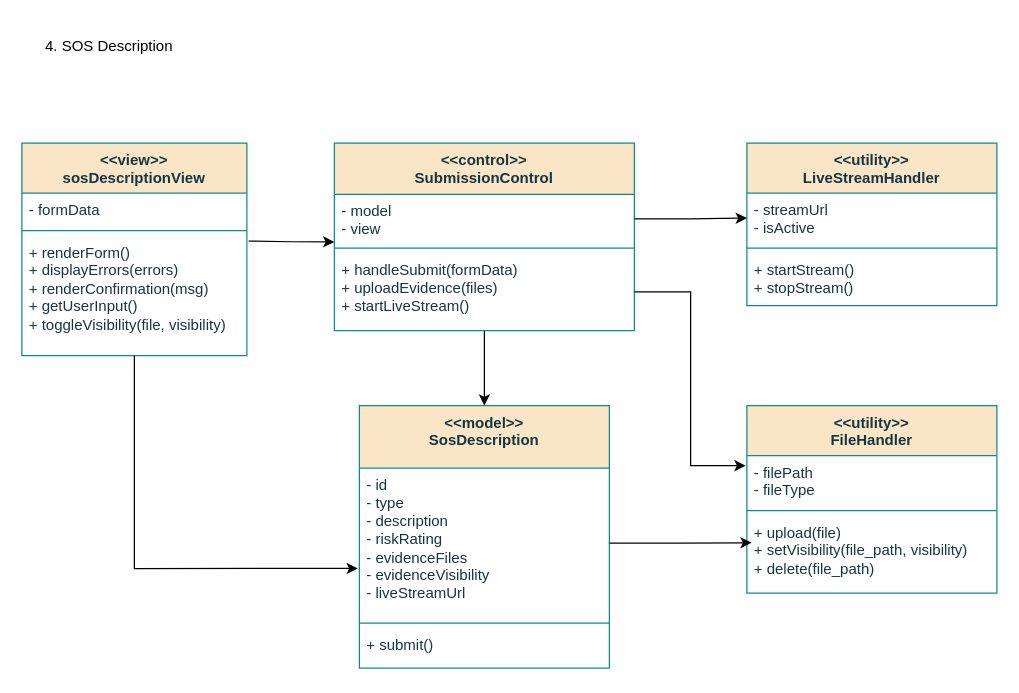
This is page "4. Sos Description" (4 of 5) of Untitled Diagram.drawio from TH-014/CSE_326, a draw.io file, before an edit. Source tidied: cells renumbered, new cells numbered last; positions are measured from the earlier drawing's top-left corner, leaving out a move shared by most shapes. Both pictures are drawn from the tidied source at 125%, with x=0, y=0 at pixel (21, 21).
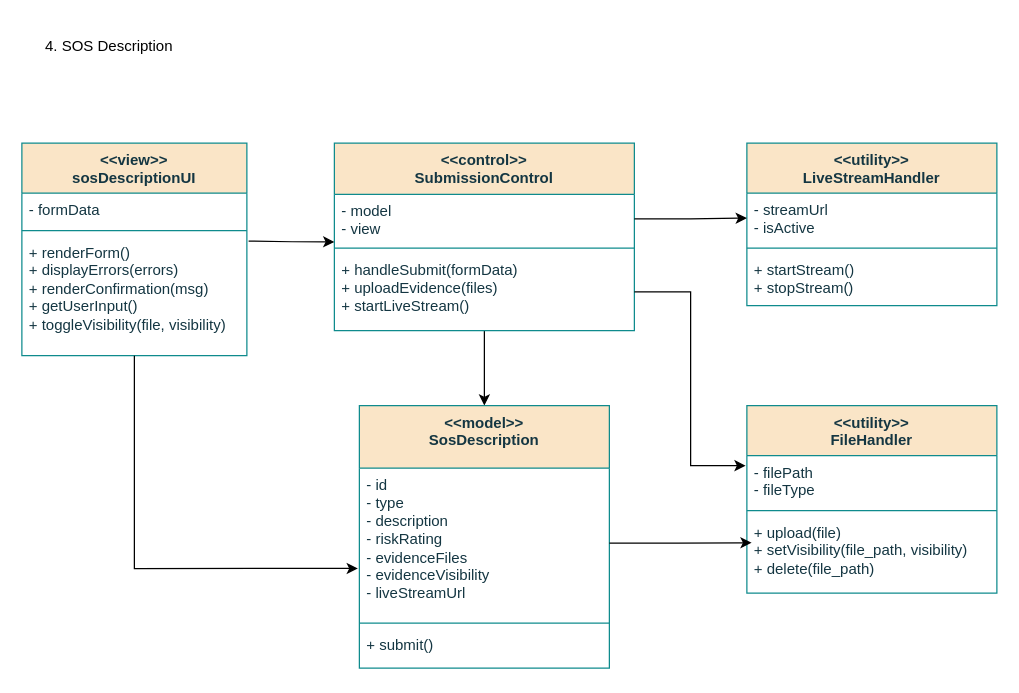
After the change.

Diff of the diagram source:
```diff
@@
-    <mxCell id="2" value="&amp;lt;&amp;lt;view&amp;gt;&amp;gt;&lt;br&gt;sosDescriptionView" style="swimlane;fontStyle=1;align=center;verticalAlign=top;horizontal=1;startSize=40;whiteSpace=wrap;html=1;strokeColor=#0F8B8D;fontColor=#143642;fillColor=#FAE5C7;" parent="1" vertex="1">
+    <mxCell id="2" value="&amp;lt;&amp;lt;view&amp;gt;&amp;gt;&lt;br&gt;sosDescriptionUI" style="swimlane;fontStyle=1;align=center;verticalAlign=top;horizontal=1;startSize=40;whiteSpace=wrap;html=1;strokeColor=#0F8B8D;fontColor=#143642;fillColor=#FAE5C7;" parent="1" vertex="1">
       <mxGeometry y="97" width="180" height="170" as="geometry" />
     </mxCell>
```
